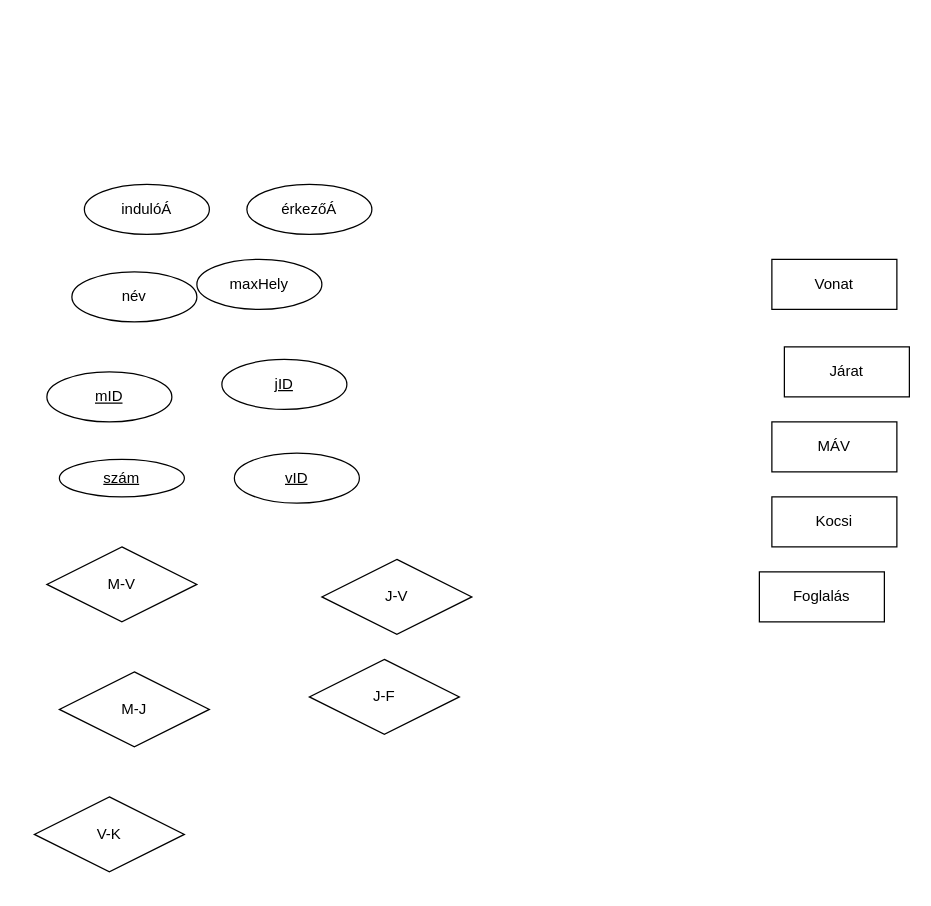
urbanoliver/HEPMIU_DB1Gyak keeps this draw.io diagram as HEPMIU_0927/hepmiu_3.6.drawio. Above is the earlier version. Source tidied: cells renumbered, new cells numbered last; positions are measured from the earlier drawing's top-left corner, leaving out a move shared by most shapes. Both pictures are drawn from the tidied source at 125%, with x=0, y=0 at pixel (34, 184).
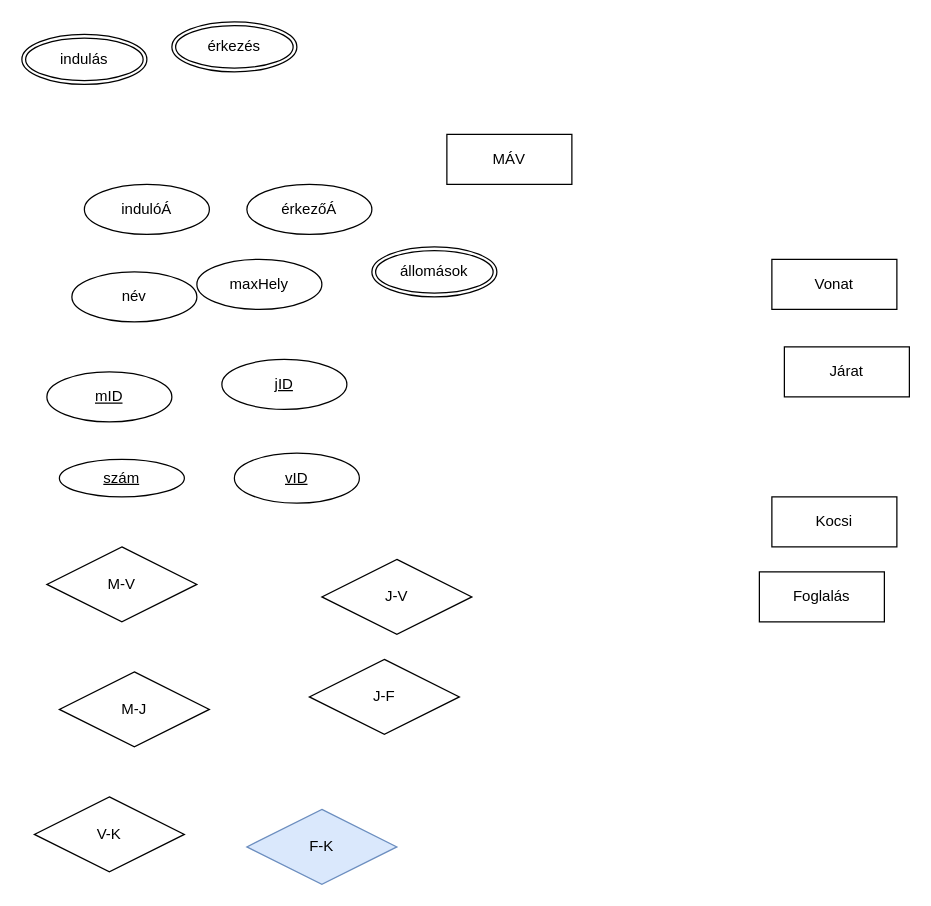
Above is the later version.

Change to the diagram source:
```diff
@@
     <mxCell id="4" value="MÁV" style="whiteSpace=wrap;html=1;align=center;" parent="1" vertex="1">
-      <mxGeometry x="590" y="190" width="100" height="40" as="geometry" />
+      <mxGeometry x="330" y="-40" width="100" height="40" as="geometry" />
     </mxCell>
@@
+    <mxCell id="20" value="F-K" style="shape=rhombus;perimeter=rhombusPerimeter;whiteSpace=wrap;html=1;align=center;fillColor=#dae8fc;strokeColor=#6c8ebf;" parent="1" vertex="1">
+      <mxGeometry x="170" y="500" width="120" height="60" as="geometry" />
+    </mxCell>
+    <mxCell id="21" value="indulás" style="ellipse;shape=doubleEllipse;margin=3;whiteSpace=wrap;html=1;align=center;" parent="1" vertex="1">
+      <mxGeometry x="-10" y="-120" width="100" height="40" as="geometry" />
+    </mxCell>
+    <mxCell id="22" value="érkezés" style="ellipse;shape=doubleEllipse;margin=3;whiteSpace=wrap;html=1;align=center;" parent="1" vertex="1">
+      <mxGeometry x="110" y="-130" width="100" height="40" as="geometry" />
+    </mxCell>
+    <mxCell id="23" value="állomások" style="ellipse;shape=doubleEllipse;margin=3;whiteSpace=wrap;html=1;align=center;" parent="1" vertex="1">
+      <mxGeometry x="270" y="50" width="100" height="40" as="geometry" />
+    </mxCell>
```
